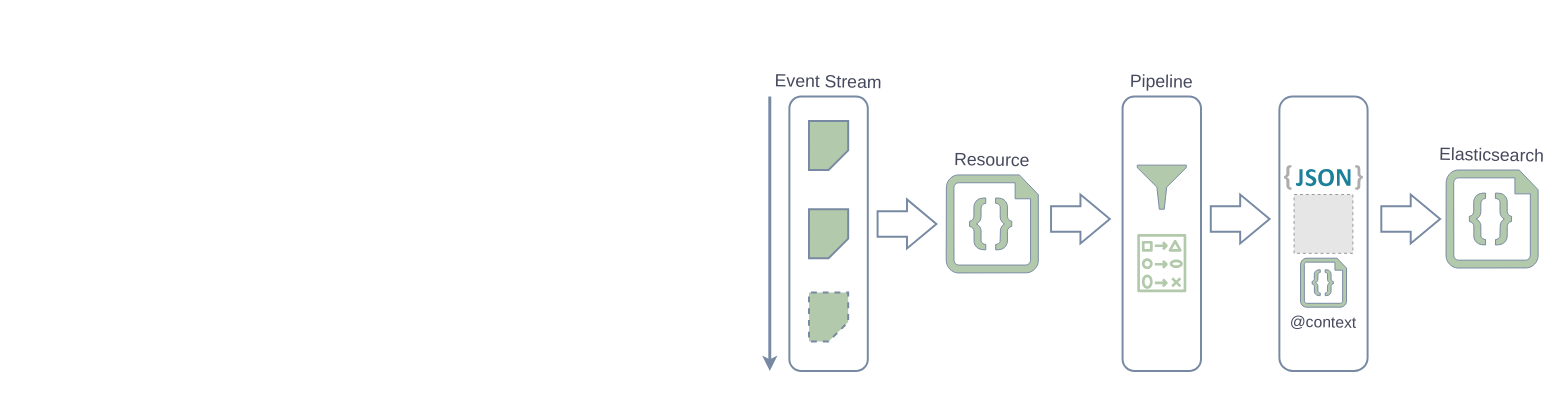
Before: docs/src/main/draw.io/delta/views/elasticsearch_pipeline.drawio in BlueBrain/nexus, a draw.io diagram. Source tidied: cells renumbered, new cells numbered last; positions are measured from the earlier drawing's top-left corner, leaving out a move shared by most shapes. Both pictures are drawn from the tidied source at 98%, with x=0, y=0 at pixel (769, 67). Pictures stored in the file or linked from it are replaced by grey dashed boxes.
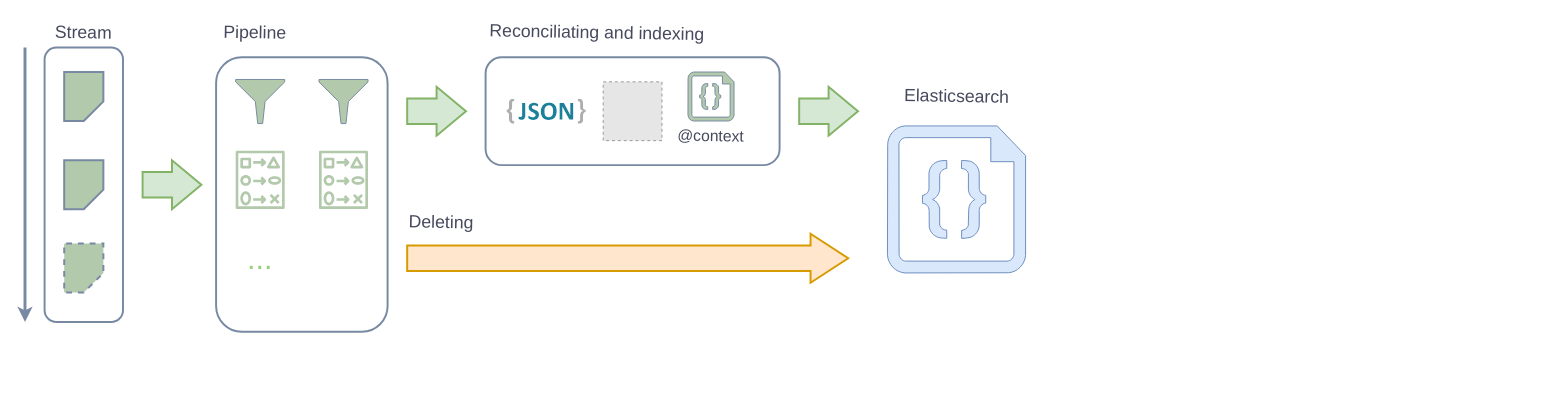
The same diagram, later.

Commit message (it also covers changes not shown here):
Improve documentation on Elasticsearch pipelines

What changed in the source:
```diff
@@
     <mxCell id="2" style="rounded=1;whiteSpace=wrap;html=1;fillColor=none;strokeColor=#788AA3;strokeWidth=2;fontColor=#46495D;" parent="1" vertex="1">
-      <mxGeometry x="20" y="30" width="80" height="280" as="geometry" />
+      <mxGeometry x="-740" y="-20" width="80" height="280" as="geometry" />
     </mxCell>
-    <mxCell id="3" style="rounded=1;whiteSpace=wrap;html=1;fillColor=none;strokeColor=#788AA3;strokeWidth=2;fontColor=#46495D;" parent="1" vertex="1">
-      <mxGeometry x="520" y="30" width="90" height="280" as="geometry" />
-    </mxCell>
     <mxCell id="4" style="shape=card;whiteSpace=wrap;html=1;fontSize=16;size=20;direction=west;strokeColor=#788AA3;strokeWidth=2;fillColor=#B2C9AB;fontColor=#46495D;" parent="1" vertex="1">
-      <mxGeometry x="40" y="145" width="40" height="50" as="geometry" />
+      <mxGeometry x="-720" y="95" width="40" height="50" as="geometry" />
     </mxCell>
     <mxCell id="5" style="shape=card;whiteSpace=wrap;html=1;fontSize=16;size=20;direction=west;strokeColor=#788AA3;strokeWidth=2;fillColor=#B2C9AB;fontColor=#46495D;" parent="1" vertex="1">
-      <mxGeometry x="40" y="55" width="40" height="50" as="geometry" />
+      <mxGeometry x="-720" y="5" width="40" height="50" as="geometry" />
     </mxCell>
-    <mxCell id="6" value="&lt;div style=&quot;font-size: 18px;&quot;&gt;Event Stream&lt;/div&gt;" style="text;html=1;strokeColor=none;fillColor=none;align=center;verticalAlign=middle;whiteSpace=wrap;rounded=0;labelBackgroundColor=none;fontSize=18;rotation=1;fontColor=#46495D;" parent="1" vertex="1">
-      <mxGeometry width="120" height="30" as="geometry" />
+    <mxCell id="6" value="&lt;div style=&quot;font-size: 18px;&quot;&gt;Stream&lt;/div&gt;" style="text;html=1;strokeColor=none;fillColor=none;align=center;verticalAlign=middle;whiteSpace=wrap;rounded=0;labelBackgroundColor=none;fontSize=18;rotation=1;fontColor=#46495D;" parent="1" vertex="1">
+      <mxGeometry x="-760" y="-50" width="120" height="30" as="geometry" />
     </mxCell>
     <mxCell id="7" style="endArrow=classic;html=1;rounded=0;fontSize=16;strokeColor=#788AA3;strokeWidth=3;fontColor=#46495D;" parent="1" edge="1">
       <mxGeometry relative="1" as="geometry">
-        <mxPoint y="30" as="sourcePoint" />
-        <mxPoint y="310" as="targetPoint" />
+        <mxPoint x="-760" y="-20" as="sourcePoint" />
+        <mxPoint x="-760" y="260" as="targetPoint" />
       </mxGeometry>
     </mxCell>
     <mxCell id="8" style="shape=card;whiteSpace=wrap;html=1;fontSize=16;size=20;direction=west;dashed=1;strokeColor=#788AA3;strokeWidth=2;fillColor=#B2C9AB;fontColor=#46495D;" parent="1" vertex="1">
-      <mxGeometry x="40" y="230" width="40" height="50" as="geometry" />
+      <mxGeometry x="-720" y="180" width="40" height="50" as="geometry" />
     </mxCell>
-    <mxCell id="9" style="shape=singleArrow;whiteSpace=wrap;html=1;fontSize=30;arrowWidth=0.52;arrowSize=0.5;fillColor=none;strokeColor=#788AA3;strokeWidth=2;fontColor=#46495D;" parent="1" vertex="1">
-      <mxGeometry x="110" y="135" width="60" height="50" as="geometry" />
+    <mxCell id="9" style="shape=singleArrow;whiteSpace=wrap;html=1;fontSize=30;arrowWidth=0.52;arrowSize=0.5;fillColor=#d5e8d4;strokeColor=#82b366;strokeWidth=2;" parent="1" vertex="1">
+      <mxGeometry x="-640" y="95" width="60" height="50" as="geometry" />
     </mxCell>
-    <mxCell id="10" style="shape=singleArrow;whiteSpace=wrap;html=1;fontSize=30;arrowWidth=0.52;arrowSize=0.5;fillColor=none;strokeColor=#788AA3;strokeWidth=2;fontColor=#46495D;" parent="1" vertex="1">
-      <mxGeometry x="287" y="130" width="60" height="50" as="geometry" />
-    </mxCell>
-    <mxCell id="11" style="rounded=1;whiteSpace=wrap;html=1;fillColor=none;strokeColor=#788AA3;strokeWidth=2;fontColor=#46495D;" parent="1" vertex="1">
-      <mxGeometry x="360" y="30" width="80" height="280" as="geometry" />
-    </mxCell>
-    <mxCell id="12" style="fontColor=#46495D;fillColor=#B2C9AB;strokeColor=#788AA3;dashed=0;verticalLabelPosition=bottom;verticalAlign=top;align=center;html=1;fontSize=12;fontStyle=0;shape=mxgraph.aws4.change_set;" parent="1" vertex="1">
-      <mxGeometry x="375" y="170" width="50" height="60" as="geometry" />
-    </mxCell>
-    <mxCell id="13" style="shadow=0;dashed=0;html=1;strokeColor=#788AA3;labelPosition=center;verticalLabelPosition=bottom;verticalAlign=top;align=center;fillColor=#B2C9AB;shape=mxgraph.mscae.enterprise.filter;fontSize=30;fontColor=#46495D;" parent="1" vertex="1">
-      <mxGeometry x="375" y="100" width="50" height="45" as="geometry" />
-    </mxCell>
-    <mxCell id="14" style="shape=singleArrow;whiteSpace=wrap;html=1;fontSize=30;arrowWidth=0.52;arrowSize=0.5;fillColor=none;strokeColor=#788AA3;strokeWidth=2;fontColor=#46495D;" parent="1" vertex="1">
-      <mxGeometry x="450" y="130" width="60" height="50" as="geometry" />
-    </mxCell>
-    <mxCell id="15" value="Resource" style="text;html=1;strokeColor=none;fillColor=none;align=center;verticalAlign=middle;whiteSpace=wrap;rounded=0;labelBackgroundColor=none;fontSize=18;rotation=1;fontColor=#46495D;" parent="1" vertex="1">
-      <mxGeometry x="167" y="80" width="120" height="30" as="geometry" />
-    </mxCell>
     <mxCell id="16" value="Pipeline" style="text;html=1;strokeColor=none;fillColor=none;align=center;verticalAlign=middle;whiteSpace=wrap;rounded=0;labelBackgroundColor=none;fontSize=18;rotation=1;fontColor=#46495D;" parent="1" vertex="1">
-      <mxGeometry x="360" width="80" height="30" as="geometry" />
+      <mxGeometry x="-565" y="-50" width="80" height="30" as="geometry" />
     </mxCell>
-    <mxCell id="17" style="shadow=0;dashed=0;html=1;strokeColor=#788AA3;labelPosition=center;verticalLabelPosition=bottom;verticalAlign=top;align=center;fillColor=#B2C9AB;shape=mxgraph.azure.code_file;fontSize=30;strokeWidth=1;fontColor=#46495D;" parent="1" vertex="1">
-      <mxGeometry x="180" y="110" width="94" height="100" as="geometry" />
-    </mxCell>
     <mxCell id="18" style="shadow=0;dashed=0;html=1;strokeColor=#788AA3;labelPosition=center;verticalLabelPosition=bottom;verticalAlign=top;align=center;fillColor=#B2C9AB;shape=mxgraph.azure.code_file;fontSize=30;strokeWidth=1;fontColor=#46495D;" parent="1" vertex="1">
-      <mxGeometry x="541.5" y="195" width="47" height="50" as="geometry" />
+      <mxGeometry x="-83.5" y="5" width="47" height="50" as="geometry" />
     </mxCell>
-    <mxCell id="19" style="shape=singleArrow;whiteSpace=wrap;html=1;fontSize=30;arrowWidth=0.52;arrowSize=0.5;fillColor=none;strokeColor=#788AA3;strokeWidth=2;fontColor=#46495D;" parent="1" vertex="1">
-      <mxGeometry x="624" y="130" width="60" height="50" as="geometry" />
-    </mxCell>
-    <mxCell id="20" style="shadow=0;dashed=0;html=1;strokeColor=#788AA3;labelPosition=center;verticalLabelPosition=bottom;verticalAlign=top;align=center;fillColor=#B2C9AB;shape=mxgraph.azure.code_file;fontSize=30;strokeWidth=1;fontColor=#46495D;" parent="1" vertex="1">
-      <mxGeometry x="690" y="105" width="94" height="100" as="geometry" />
+    <mxCell id="20" style="shadow=0;dashed=0;html=1;strokeColor=#6c8ebf;labelPosition=center;verticalLabelPosition=bottom;verticalAlign=top;align=center;fillColor=#dae8fc;shape=mxgraph.azure.code_file;fontSize=30;strokeWidth=1;" parent="1" vertex="1">
+      <mxGeometry x="120" y="60" width="141" height="150" as="geometry" />
     </mxCell>
     <mxCell id="21" value="&lt;div style=&quot;font-size: 18px;&quot;&gt;Elasticsearch&lt;/div&gt;" style="text;html=1;strokeColor=none;fillColor=none;align=center;verticalAlign=middle;whiteSpace=wrap;rounded=0;labelBackgroundColor=none;fontSize=18;rotation=1;fontColor=#46495D;" parent="1" vertex="1">
-      <mxGeometry x="687" y="75" width="100" height="30" as="geometry" />
+      <mxGeometry x="140.5" y="15" width="100" height="30" as="geometry" />
     </mxCell>
     <mxCell id="22" value="&lt;div&gt;@context&lt;/div&gt;" style="text;html=1;strokeColor=none;fillColor=none;align=center;verticalAlign=middle;whiteSpace=wrap;rounded=0;labelBackgroundColor=none;fontSize=16;rotation=1;fontColor=#46495D;" parent="1" vertex="1">
-      <mxGeometry x="505" y="245" width="120" height="30" as="geometry" />
+      <mxGeometry x="-120" y="55" width="120" height="30" as="geometry" />
     </mxCell>
     <mxCell id="23" style="dashed=0;html=1;align=center;labelPosition=center;verticalLabelPosition=bottom;verticalAlign=top;shape=mxgraph.weblogos.json_2;rounded=0;fontColor=#46495D;strokeColor=#788AA3;fillColor=#B2C9AB;" parent="1" vertex="1">
-      <mxGeometry x="524.8" y="100" width="80.4" height="25.2" as="geometry" />
+      <mxGeometry x="-268.4" y="32.4" width="80.4" height="25.2" as="geometry" />
     </mxCell>
     <mxCell id="24" style="fillColor=#E6E6E6;strokeColor=#999999;dashed=1;html=1;verticalAlign=top;verticalLabelPosition=bottom;labelBackgroundColor=none;fontSize=18;fontColor=#46495D;" parent="1" vertex="1">
-      <mxGeometry x="535" y="130" width="60" height="60" as="geometry" />
+      <mxGeometry x="-170" y="15" width="60" height="60" as="geometry" />
     </mxCell>
+    <mxCell id="25" style="rounded=1;whiteSpace=wrap;html=1;fillColor=none;strokeColor=#788AA3;strokeWidth=2;fontColor=#46495D;" parent="1" vertex="1">
+      <mxGeometry x="-565" y="-10" width="175" height="280" as="geometry" />
+    </mxCell>
+    <mxCell id="26" style="shadow=0;dashed=0;html=1;strokeColor=#788AA3;labelPosition=center;verticalLabelPosition=bottom;verticalAlign=top;align=center;fillColor=#B2C9AB;shape=mxgraph.mscae.enterprise.filter;fontSize=30;fontColor=#46495D;" parent="1" vertex="1">
+      <mxGeometry x="-545" y="12.6" width="50" height="45" as="geometry" />
+    </mxCell>
+    <mxCell id="27" style="fontColor=#46495D;fillColor=#B2C9AB;strokeColor=#788AA3;dashed=0;verticalLabelPosition=bottom;verticalAlign=top;align=center;html=1;fontSize=12;fontStyle=0;shape=mxgraph.aws4.change_set;" parent="1" vertex="1">
+      <mxGeometry x="-545" y="85" width="50" height="60" as="geometry" />
+    </mxCell>
+    <mxCell id="28" value="&lt;font style=&quot;font-size: 31px;&quot; color=&quot;#97d077&quot;&gt;...&lt;/font&gt;" style="rounded=0;whiteSpace=wrap;html=1;strokeColor=none;fillColor=none;fontColor=#00CC66;" parent="1" vertex="1">
+      <mxGeometry x="-555" y="165" width="70" height="60" as="geometry" />
+    </mxCell>
+    <mxCell id="29" style="shape=singleArrow;whiteSpace=wrap;html=1;fontSize=30;arrowWidth=0.52;arrowSize=0.5;fillColor=#d5e8d4;strokeColor=#82b366;strokeWidth=2;" parent="1" vertex="1">
+      <mxGeometry x="-370" y="20" width="60" height="50" as="geometry" />
+    </mxCell>
+    <mxCell id="30" style="shape=singleArrow;whiteSpace=wrap;html=1;fontSize=30;arrowWidth=0.52;arrowSize=0.08536585365853659;fillColor=#ffe6cc;strokeColor=#d79b00;strokeWidth=2;" parent="1" vertex="1">
+      <mxGeometry x="-370" y="170" width="450" height="50" as="geometry" />
+    </mxCell>
+    <mxCell id="31" style="rounded=1;whiteSpace=wrap;html=1;fillColor=none;strokeColor=#788AA3;strokeWidth=2;fontColor=#46495D;" parent="1" vertex="1">
+      <mxGeometry x="-290" y="-10" width="300" height="110" as="geometry" />
+    </mxCell>
+    <mxCell id="32" value="Reconciliating and indexing" style="text;html=1;strokeColor=none;fillColor=none;align=center;verticalAlign=middle;whiteSpace=wrap;rounded=0;labelBackgroundColor=none;fontSize=18;rotation=1;fontColor=#46495D;" parent="1" vertex="1">
+      <mxGeometry x="-290" y="-50" width="228.2" height="30" as="geometry" />
+    </mxCell>
+    <mxCell id="33" style="shape=singleArrow;whiteSpace=wrap;html=1;fontSize=30;arrowWidth=0.52;arrowSize=0.5;fillColor=#d5e8d4;strokeColor=#82b366;strokeWidth=2;" parent="1" vertex="1">
+      <mxGeometry x="30" y="20" width="60" height="50" as="geometry" />
+    </mxCell>
+    <mxCell id="34" value="Deleting" style="text;html=1;strokeColor=none;fillColor=none;align=left;verticalAlign=middle;whiteSpace=wrap;rounded=0;labelBackgroundColor=none;fontSize=18;rotation=1;fontColor=#46495D;" parent="1" vertex="1">
+      <mxGeometry x="-370" y="145" width="228.2" height="30" as="geometry" />
+    </mxCell>
+    <mxCell id="35" style="shadow=0;dashed=0;html=1;strokeColor=#788AA3;labelPosition=center;verticalLabelPosition=bottom;verticalAlign=top;align=center;fillColor=#B2C9AB;shape=mxgraph.mscae.enterprise.filter;fontSize=30;fontColor=#46495D;" parent="1" vertex="1">
+      <mxGeometry x="-460" y="12.6" width="50" height="45" as="geometry" />
+    </mxCell>
+    <mxCell id="36" style="fontColor=#46495D;fillColor=#B2C9AB;strokeColor=#788AA3;dashed=0;verticalLabelPosition=bottom;verticalAlign=top;align=center;html=1;fontSize=12;fontStyle=0;shape=mxgraph.aws4.change_set;" parent="1" vertex="1">
+      <mxGeometry x="-460" y="85" width="50" height="60" as="geometry" />
+    </mxCell>
```
